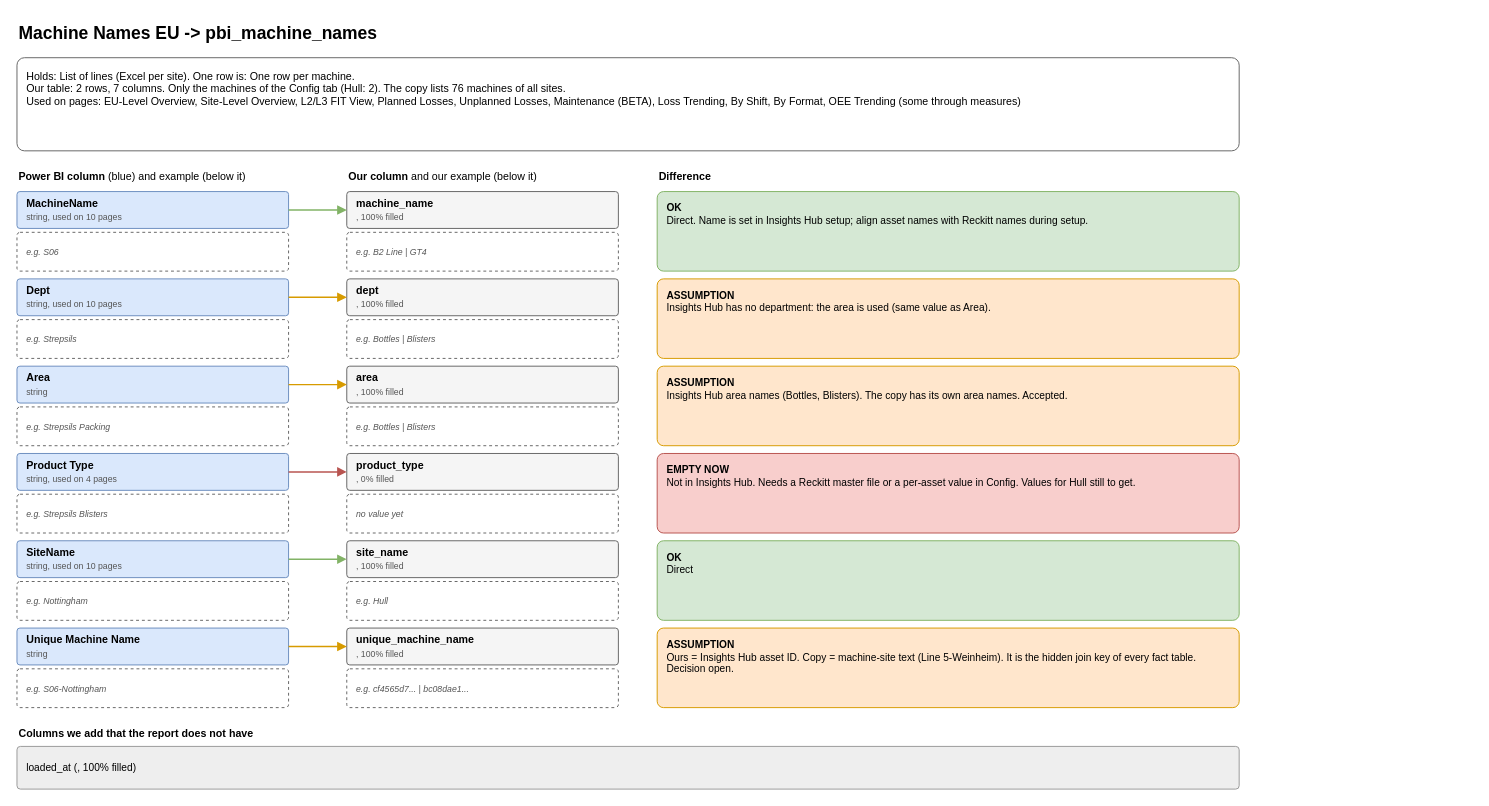
This is page "2 Machine Names EU" (2 of 8) of diagrams/powerbi-data-map.drawio from AbiyyuMufti/SIH-IBMX-R, a draw.io file, before an edit. Source tidied: cells renumbered, new cells numbered last; positions are measured from the earlier drawing's top-left corner, leaving out a move shared by most shapes. Both pictures are drawn from the tidied source at 97%, with x=0, y=0 at pixel (16, 16).
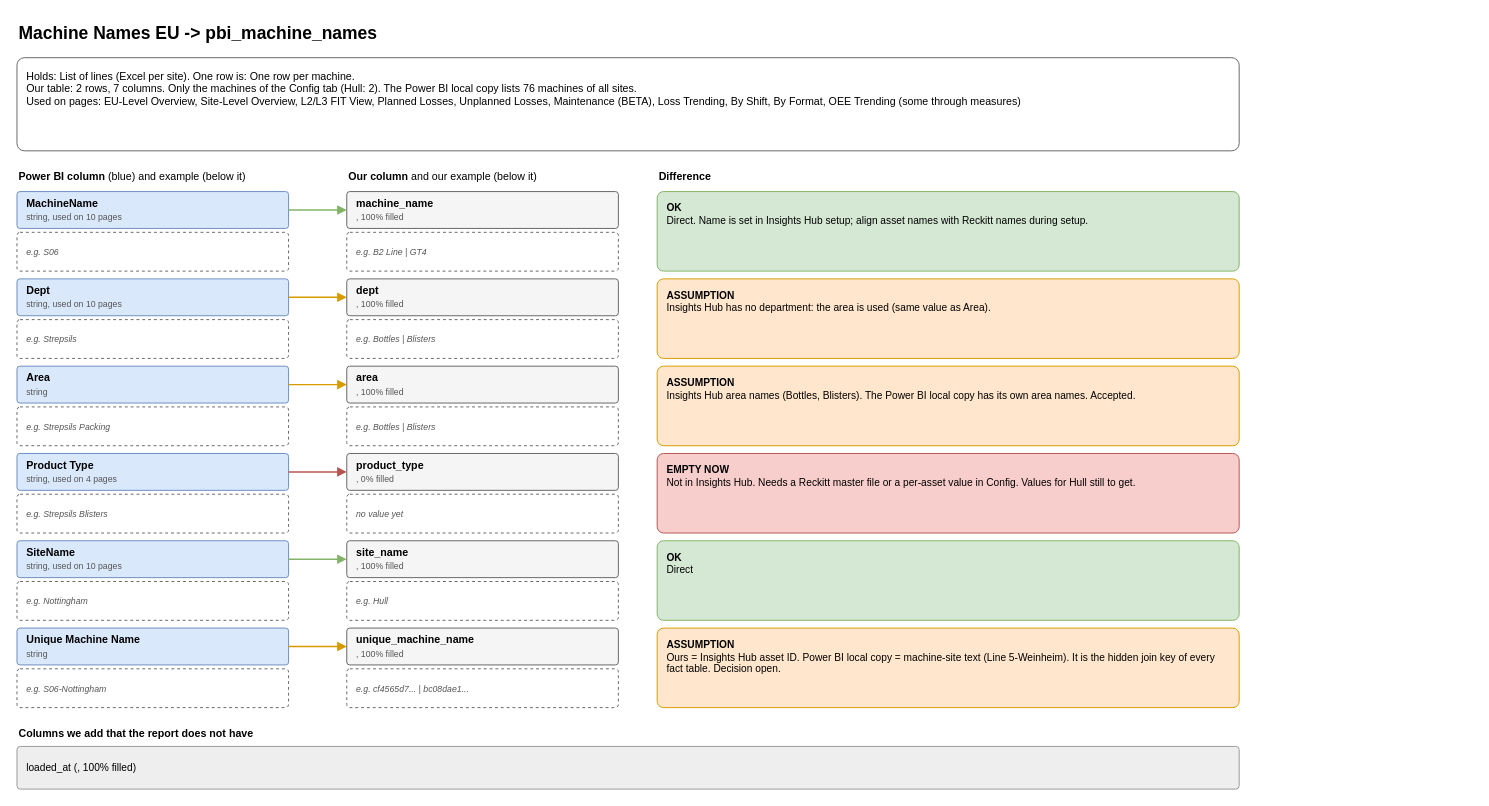
Above is the later version.

Commit message (it also covers changes not shown here):
Diagram: say 'Power BI local copy' instead of 'the copy', add its definition on the overview

The edit, as a diff of the source:
```diff
@@
-    <mxCell id="3" value="Holds: List of lines (Excel per site). One row is: One row per machine.&lt;br&gt;Our table: 2 rows, 7 columns. Only the machines of the Config tab (Hull: 2). The copy lists 76 machines of all sites.&lt;br&gt;Used on pages: EU-Level Overview, Site-Level Overview, L2/L3 FIT View, Planned Losses, Unplanned Losses, Maintenance (BETA), Loss Trending, By Shift, By Format, OEE Trending (some through measures)" style="rounded=1;whiteSpace=wrap;html=1;align=left;verticalAlign=middle;spacingLeft=8;spacingRight=6;spacingTop=2;spacingBottom=2;fontSize=11;arcSize=8;fillColor=#ffffff;strokeColor=#666666;verticalAlign=top;spacingTop=6;fontSize=11;" parent="1" vertex="1">
+    <mxCell id="3" value="Holds: List of lines (Excel per site). One row is: One row per machine.&lt;br&gt;Our table: 2 rows, 7 columns. Only the machines of the Config tab (Hull: 2). The Power BI local copy lists 76 machines of all sites.&lt;br&gt;Used on pages: EU-Level Overview, Site-Level Overview, L2/L3 FIT View, Planned Losses, Unplanned Losses, Maintenance (BETA), Loss Trending, By Shift, By Format, OEE Trending (some through measures)" style="rounded=1;whiteSpace=wrap;html=1;align=left;verticalAlign=middle;spacingLeft=8;spacingRight=6;spacingTop=2;spacingBottom=2;fontSize=11;arcSize=8;fillColor=#ffffff;strokeColor=#666666;verticalAlign=top;spacingTop=6;fontSize=11;" parent="1" vertex="1">
       <mxGeometry y="42" width="1260" height="96" as="geometry" />
     </mxCell>
@@
-    <mxCell id="24" value="&lt;b&gt;ASSUMPTION&lt;/b&gt;&lt;br&gt;Insights Hub area names (Bottles, Blisters). The copy has its own area names. Accepted." style="rounded=1;whiteSpace=wrap;html=1;align=left;verticalAlign=middle;spacingLeft=8;spacingRight=6;spacingTop=2;spacingBottom=2;fontSize=11;arcSize=8;fillColor=#ffe6cc;strokeColor=#d79b00;verticalAlign=top;spacingTop=4;fontSize=10.5;" parent="1" vertex="1">
+    <mxCell id="24" value="&lt;b&gt;ASSUMPTION&lt;/b&gt;&lt;br&gt;Insights Hub area names (Bottles, Blisters). The Power BI local copy has its own area names. Accepted." style="rounded=1;whiteSpace=wrap;html=1;align=left;verticalAlign=middle;spacingLeft=8;spacingRight=6;spacingTop=2;spacingBottom=2;fontSize=11;arcSize=8;fillColor=#ffe6cc;strokeColor=#d79b00;verticalAlign=top;spacingTop=4;fontSize=10.5;" parent="1" vertex="1">
       <mxGeometry x="660" y="360" width="600" height="82" as="geometry" />
     </mxCell>
@@
-    <mxCell id="42" value="&lt;b&gt;ASSUMPTION&lt;/b&gt;&lt;br&gt;Ours = Insights Hub asset ID. Copy = machine-site text (Line 5-Weinheim). It is the hidden join key of every fact table. Decision open." style="rounded=1;whiteSpace=wrap;html=1;align=left;verticalAlign=middle;spacingLeft=8;spacingRight=6;spacingTop=2;spacingBottom=2;fontSize=11;arcSize=8;fillColor=#ffe6cc;strokeColor=#d79b00;verticalAlign=top;spacingTop=4;fontSize=10.5;" parent="1" vertex="1">
+    <mxCell id="42" value="&lt;b&gt;ASSUMPTION&lt;/b&gt;&lt;br&gt;Ours = Insights Hub asset ID. Power BI local copy = machine-site text (Line 5-Weinheim). It is the hidden join key of every fact table. Decision open." style="rounded=1;whiteSpace=wrap;html=1;align=left;verticalAlign=middle;spacingLeft=8;spacingRight=6;spacingTop=2;spacingBottom=2;fontSize=11;arcSize=8;fillColor=#ffe6cc;strokeColor=#d79b00;verticalAlign=top;spacingTop=4;fontSize=10.5;" parent="1" vertex="1">
       <mxGeometry x="660" y="630" width="600" height="82" as="geometry" />
     </mxCell>
```
